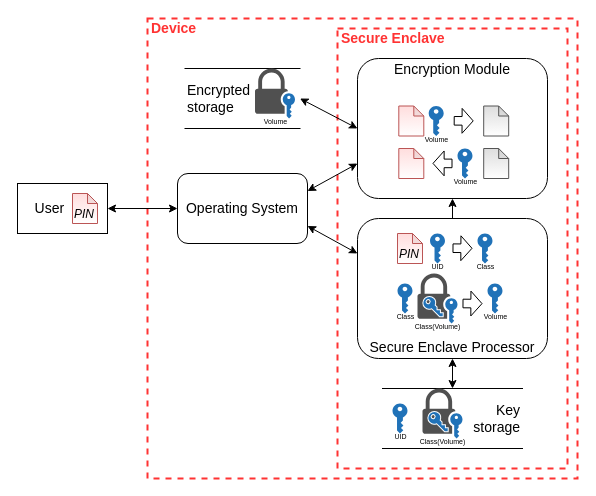
Earlier version of the draw.io diagram dfds/DAR-level-1-crypto-iphone.drawio (kkredit/confronting-wicked-crypto). Source tidied: cells renumbered, new cells numbered last; positions are measured from the earlier drawing's top-left corner, leaving out a move shared by most shapes. Both pictures are drawn from the tidied source at 100%, with x=0, y=0 at pixel (17, 18).
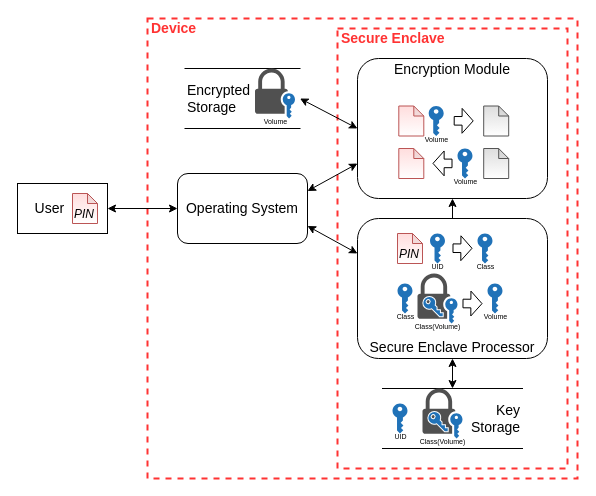
Above is the later version.

What changed in the source:
```diff
@@
-    <mxCell id="5" value="&lt;blockquote style=&quot;margin: 0 0 0 40px ; border: none ; padding: 0px&quot;&gt;&lt;/blockquote&gt;&lt;span style=&quot;font-size: 14px&quot;&gt;Key&lt;/span&gt;&lt;br&gt;&lt;font style=&quot;font-size: 14px&quot;&gt;storage&lt;/font&gt;" style="shape=partialRectangle;whiteSpace=wrap;html=1;left=0;right=0;fillColor=none;align=right;" parent="1" vertex="1">
+    <mxCell id="5" value="&lt;blockquote style=&quot;margin: 0 0 0 40px ; border: none ; padding: 0px&quot;&gt;&lt;/blockquote&gt;&lt;span style=&quot;font-size: 14px&quot;&gt;Key&lt;/span&gt;&lt;br&gt;&lt;font style=&quot;font-size: 14px&quot;&gt;Storage&lt;/font&gt;" style="shape=partialRectangle;whiteSpace=wrap;html=1;left=0;right=0;fillColor=none;align=right;" parent="1" vertex="1">
       <mxGeometry x="365" y="370" width="140" height="60" as="geometry" />
     </mxCell>
@@
-    <mxCell id="42" value="&lt;font style=&quot;font-size: 14px&quot;&gt;&lt;font style=&quot;font-size: 14px&quot;&gt;Encrypted&lt;br&gt;&lt;/font&gt;storage&lt;/font&gt;" style="shape=partialRectangle;whiteSpace=wrap;html=1;left=0;right=0;fillColor=none;align=left;" parent="1" vertex="1">
+    <mxCell id="42" value="&lt;font style=&quot;font-size: 14px&quot;&gt;&lt;font style=&quot;font-size: 14px&quot;&gt;Encrypted&lt;br&gt;&lt;/font&gt;Storage&lt;/font&gt;" style="shape=partialRectangle;whiteSpace=wrap;html=1;left=0;right=0;fillColor=none;align=left;" parent="1" vertex="1">
       <mxGeometry x="167.5" y="50" width="115" height="60" as="geometry" />
     </mxCell>
```
